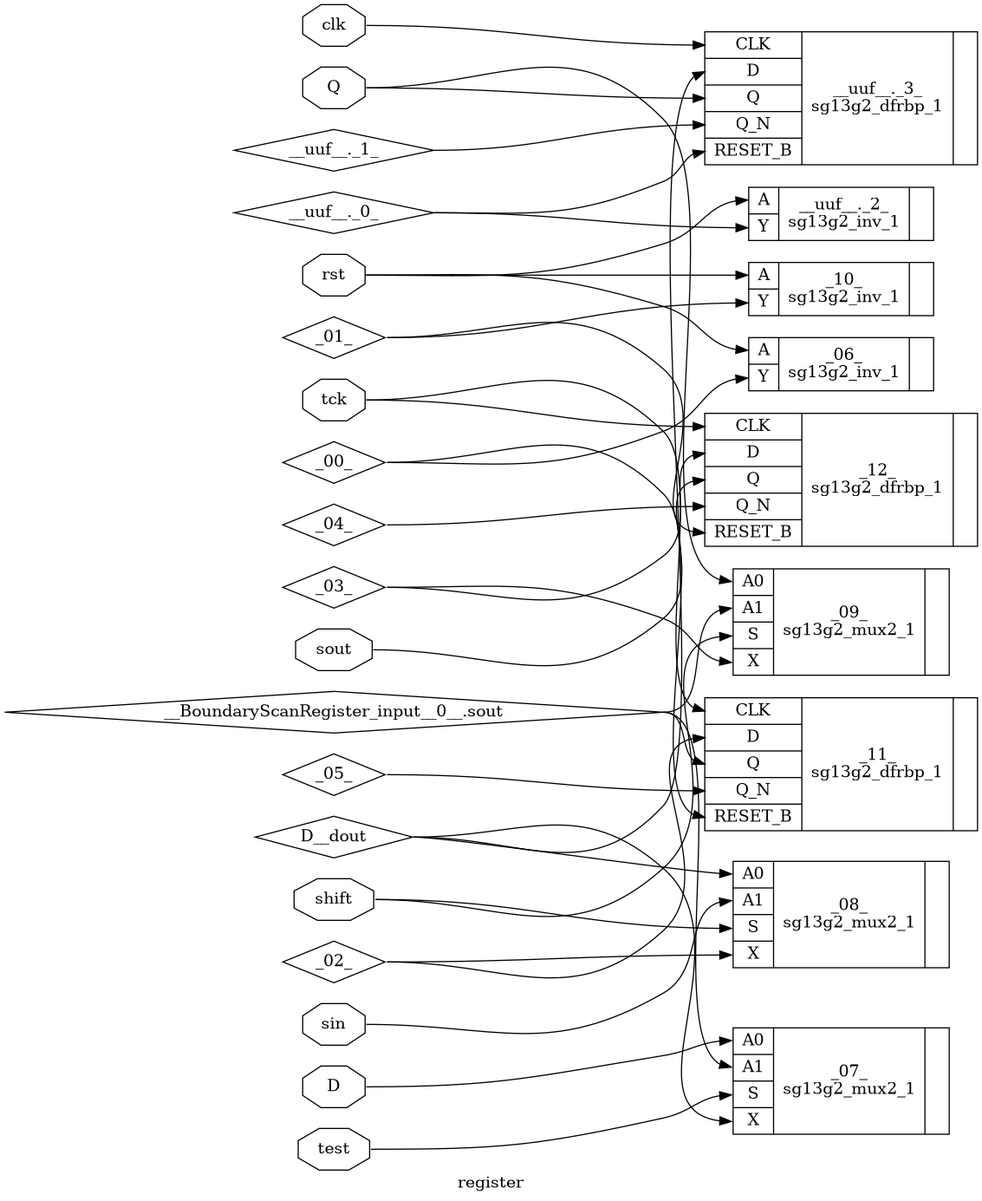
FilippoCarlone11/proveSintesi keeps this Graphviz diagram as fault/130nm/register/img/register_sc.png. Above is the earlier version. Its source is kept beside it as fault/130nm/register/img/register_sc.dot. The source it was exported from:
```dot
digraph "register" {
label="register";
rankdir="LR";
remincross=true;
n1 [ shape=diamond, label="__uuf__._1_", color="black", fontcolor="black"];
n2 [ shape=diamond, label="__uuf__._0_", color="black", fontcolor="black"];
n3 [ shape=diamond, label="__BoundaryScanRegister_input__0__.sout", color="black", fontcolor="black"];
n4 [ shape=diamond, label="D__dout", color="black", fontcolor="black"];
n5 [ shape=diamond, label="_05_", color="black", fontcolor="black"];
n6 [ shape=diamond, label="_04_", color="black", fontcolor="black"];
n7 [ shape=diamond, label="_03_", color="black", fontcolor="black"];
n8 [ shape=diamond, label="_02_", color="black", fontcolor="black"];
n9 [ shape=diamond, label="_01_", color="black", fontcolor="black"];
n10 [ shape=diamond, label="_00_", color="black", fontcolor="black"];
n11 [ shape=octagon, label="test", color="black", fontcolor="black"];
n12 [ shape=octagon, label="tck", color="black", fontcolor="black"];
n13 [ shape=octagon, label="sout", color="black", fontcolor="black"];
n14 [ shape=octagon, label="shift", color="black", fontcolor="black"];
n15 [ shape=octagon, label="sin", color="black", fontcolor="black"];
n16 [ shape=octagon, label="Q", color="black", fontcolor="black"];
n17 [ shape=octagon, label="D", color="black", fontcolor="black"];
n18 [ shape=octagon, label="rst", color="black", fontcolor="black"];
n19 [ shape=octagon, label="clk", color="black", fontcolor="black"];
c23 [ shape=record, label="{{<p20> CLK|<p17> D|<p16> Q|<p21> Q_N|<p22> RESET_B}|__uuf__._3_\nsg13g2_dfrbp_1|{}}",  ];
c26 [ shape=record, label="{{<p24> A|<p25> Y}|__uuf__._2_\nsg13g2_inv_1|{}}",  ];
c27 [ shape=record, label="{{<p20> CLK|<p17> D|<p16> Q|<p21> Q_N|<p22> RESET_B}|_12_\nsg13g2_dfrbp_1|{}}",  ];
c28 [ shape=record, label="{{<p20> CLK|<p17> D|<p16> Q|<p21> Q_N|<p22> RESET_B}|_11_\nsg13g2_dfrbp_1|{}}",  ];
c29 [ shape=record, label="{{<p24> A|<p25> Y}|_10_\nsg13g2_inv_1|{}}",  ];
c34 [ shape=record, label="{{<p30> A0|<p31> A1|<p32> S|<p33> X}|_09_\nsg13g2_mux2_1|{}}",  ];
c35 [ shape=record, label="{{<p30> A0|<p31> A1|<p32> S|<p33> X}|_08_\nsg13g2_mux2_1|{}}",  ];
c36 [ shape=record, label="{{<p30> A0|<p31> A1|<p32> S|<p33> X}|_07_\nsg13g2_mux2_1|{}}",  ];
c37 [ shape=record, label="{{<p24> A|<p25> Y}|_06_\nsg13g2_inv_1|{}}",  ];
n1:e -> c23:p21:w [color="black", fontcolor="black", label=""];
n10:e -> c28:p22:w [color="black", fontcolor="black", label=""];
n10:e -> c37:p25:w [color="black", fontcolor="black", label=""];
n11:e -> c36:p32:w [color="black", fontcolor="black", label=""];
n12:e -> c27:p20:w [color="black", fontcolor="black", label=""];
n12:e -> c28:p20:w [color="black", fontcolor="black", label=""];
n13:e -> c27:p16:w [color="black", fontcolor="black", label=""];
n14:e -> c34:p32:w [color="black", fontcolor="black", label=""];
n14:e -> c35:p32:w [color="black", fontcolor="black", label=""];
n15:e -> c35:p31:w [color="black", fontcolor="black", label=""];
n16:e -> c23:p16:w [color="black", fontcolor="black", label=""];
n16:e -> c34:p30:w [color="black", fontcolor="black", label=""];
n17:e -> c36:p30:w [color="black", fontcolor="black", label=""];
n18:e -> c26:p24:w [color="black", fontcolor="black", label=""];
n18:e -> c29:p24:w [color="black", fontcolor="black", label=""];
n18:e -> c37:p24:w [color="black", fontcolor="black", label=""];
n19:e -> c23:p20:w [color="black", fontcolor="black", label=""];
n2:e -> c23:p22:w [color="black", fontcolor="black", label=""];
n2:e -> c26:p25:w [color="black", fontcolor="black", label=""];
n3:e -> c28:p16:w [color="black", fontcolor="black", label=""];
n3:e -> c34:p31:w [color="black", fontcolor="black", label=""];
n3:e -> c36:p31:w [color="black", fontcolor="black", label=""];
n4:e -> c23:p17:w [color="black", fontcolor="black", label=""];
n4:e -> c35:p30:w [color="black", fontcolor="black", label=""];
n4:e -> c36:p33:w [color="black", fontcolor="black", label=""];
n5:e -> c28:p21:w [color="black", fontcolor="black", label=""];
n6:e -> c27:p21:w [color="black", fontcolor="black", label=""];
n7:e -> c27:p17:w [color="black", fontcolor="black", label=""];
n7:e -> c34:p33:w [color="black", fontcolor="black", label=""];
n8:e -> c28:p17:w [color="black", fontcolor="black", label=""];
n8:e -> c35:p33:w [color="black", fontcolor="black", label=""];
n9:e -> c27:p22:w [color="black", fontcolor="black", label=""];
n9:e -> c29:p25:w [color="black", fontcolor="black", label=""];
}
```
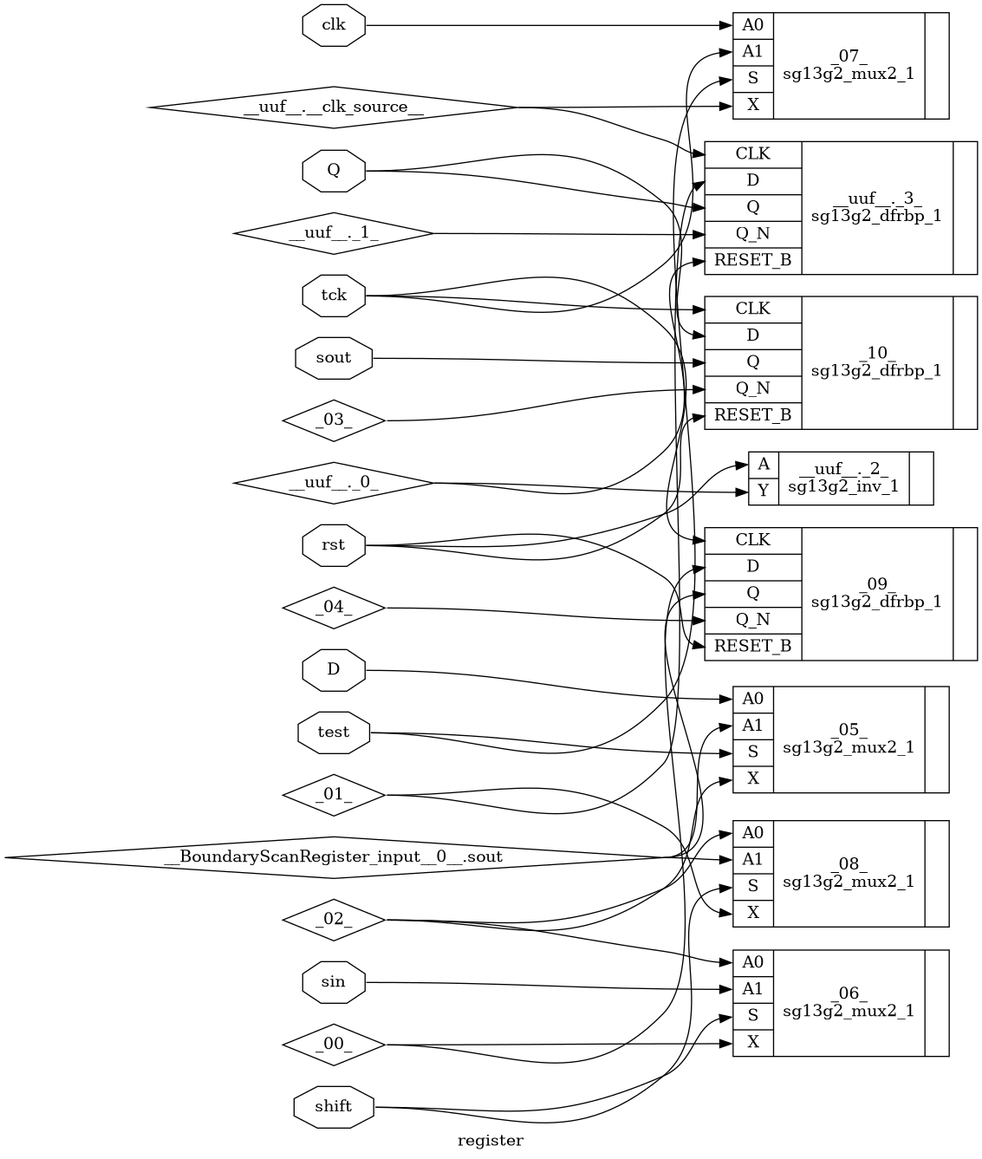
After the change.

Diff of the diagram source:
```diff
@@ -2,65 +2,63 @@
 label="register";
 rankdir="LR";
 remincross=true;
-n1 [ shape=diamond, label="__uuf__._1_", color="black", fontcolor="black"];
-n2 [ shape=diamond, label="__uuf__._0_", color="black", fontcolor="black"];
-n3 [ shape=diamond, label="__BoundaryScanRegister_input__0__.sout", color="black", fontcolor="black"];
-n4 [ shape=diamond, label="D__dout", color="black", fontcolor="black"];
-n5 [ shape=diamond, label="_05_", color="black", fontcolor="black"];
-n6 [ shape=diamond, label="_04_", color="black", fontcolor="black"];
-n7 [ shape=diamond, label="_03_", color="black", fontcolor="black"];
-n8 [ shape=diamond, label="_02_", color="black", fontcolor="black"];
-n9 [ shape=diamond, label="_01_", color="black", fontcolor="black"];
-n10 [ shape=diamond, label="_00_", color="black", fontcolor="black"];
-n11 [ shape=octagon, label="test", color="black", fontcolor="black"];
-n12 [ shape=octagon, label="tck", color="black", fontcolor="black"];
-n13 [ shape=octagon, label="sout", color="black", fontcolor="black"];
-n14 [ shape=octagon, label="shift", color="black", fontcolor="black"];
-n15 [ shape=octagon, label="sin", color="black", fontcolor="black"];
-n16 [ shape=octagon, label="Q", color="black", fontcolor="black"];
-n17 [ shape=octagon, label="D", color="black", fontcolor="black"];
-n18 [ shape=octagon, label="rst", color="black", fontcolor="black"];
-n19 [ shape=octagon, label="clk", color="black", fontcolor="black"];
-c23 [ shape=record, label="{{<p20> CLK|<p17> D|<p16> Q|<p21> Q_N|<p22> RESET_B}|__uuf__._3_\nsg13g2_dfrbp_1|{}}",  ];
-c26 [ shape=record, label="{{<p24> A|<p25> Y}|__uuf__._2_\nsg13g2_inv_1|{}}",  ];
-c27 [ shape=record, label="{{<p20> CLK|<p17> D|<p16> Q|<p21> Q_N|<p22> RESET_B}|_12_\nsg13g2_dfrbp_1|{}}",  ];
-c28 [ shape=record, label="{{<p20> CLK|<p17> D|<p16> Q|<p21> Q_N|<p22> RESET_B}|_11_\nsg13g2_dfrbp_1|{}}",  ];
-c29 [ shape=record, label="{{<p24> A|<p25> Y}|_10_\nsg13g2_inv_1|{}}",  ];
-c34 [ shape=record, label="{{<p30> A0|<p31> A1|<p32> S|<p33> X}|_09_\nsg13g2_mux2_1|{}}",  ];
-c35 [ shape=record, label="{{<p30> A0|<p31> A1|<p32> S|<p33> X}|_08_\nsg13g2_mux2_1|{}}",  ];
-c36 [ shape=record, label="{{<p30> A0|<p31> A1|<p32> S|<p33> X}|_07_\nsg13g2_mux2_1|{}}",  ];
-c37 [ shape=record, label="{{<p24> A|<p25> Y}|_06_\nsg13g2_inv_1|{}}",  ];
-n1:e -> c23:p21:w [color="black", fontcolor="black", label=""];
-n10:e -> c28:p22:w [color="black", fontcolor="black", label=""];
-n10:e -> c37:p25:w [color="black", fontcolor="black", label=""];
-n11:e -> c36:p32:w [color="black", fontcolor="black", label=""];
-n12:e -> c27:p20:w [color="black", fontcolor="black", label=""];
-n12:e -> c28:p20:w [color="black", fontcolor="black", label=""];
-n13:e -> c27:p16:w [color="black", fontcolor="black", label=""];
-n14:e -> c34:p32:w [color="black", fontcolor="black", label=""];
-n14:e -> c35:p32:w [color="black", fontcolor="black", label=""];
-n15:e -> c35:p31:w [color="black", fontcolor="black", label=""];
-n16:e -> c23:p16:w [color="black", fontcolor="black", label=""];
-n16:e -> c34:p30:w [color="black", fontcolor="black", label=""];
-n17:e -> c36:p30:w [color="black", fontcolor="black", label=""];
-n18:e -> c26:p24:w [color="black", fontcolor="black", label=""];
-n18:e -> c29:p24:w [color="black", fontcolor="black", label=""];
-n18:e -> c37:p24:w [color="black", fontcolor="black", label=""];
-n19:e -> c23:p20:w [color="black", fontcolor="black", label=""];
-n2:e -> c23:p22:w [color="black", fontcolor="black", label=""];
-n2:e -> c26:p25:w [color="black", fontcolor="black", label=""];
-n3:e -> c28:p16:w [color="black", fontcolor="black", label=""];
-n3:e -> c34:p31:w [color="black", fontcolor="black", label=""];
-n3:e -> c36:p31:w [color="black", fontcolor="black", label=""];
-n4:e -> c23:p17:w [color="black", fontcolor="black", label=""];
-n4:e -> c35:p30:w [color="black", fontcolor="black", label=""];
-n4:e -> c36:p33:w [color="black", fontcolor="black", label=""];
-n5:e -> c28:p21:w [color="black", fontcolor="black", label=""];
-n6:e -> c27:p21:w [color="black", fontcolor="black", label=""];
-n7:e -> c27:p17:w [color="black", fontcolor="black", label=""];
-n7:e -> c34:p33:w [color="black", fontcolor="black", label=""];
-n8:e -> c28:p17:w [color="black", fontcolor="black", label=""];
-n8:e -> c35:p33:w [color="black", fontcolor="black", label=""];
-n9:e -> c27:p22:w [color="black", fontcolor="black", label=""];
-n9:e -> c29:p25:w [color="black", fontcolor="black", label=""];
+n1 [ shape=diamond, label="__uuf__.__clk_source__", color="black", fontcolor="black"];
+n2 [ shape=diamond, label="__uuf__._1_", color="black", fontcolor="black"];
+n3 [ shape=diamond, label="__uuf__._0_", color="black", fontcolor="black"];
+n4 [ shape=diamond, label="__BoundaryScanRegister_input__0__.sout", color="black", fontcolor="black"];
+n5 [ shape=diamond, label="_04_", color="black", fontcolor="black"];
+n6 [ shape=diamond, label="_03_", color="black", fontcolor="black"];
+n7 [ shape=diamond, label="_02_", color="black", fontcolor="black"];
+n8 [ shape=diamond, label="_01_", color="black", fontcolor="black"];
+n9 [ shape=diamond, label="_00_", color="black", fontcolor="black"];
+n10 [ shape=octagon, label="test", color="black", fontcolor="black"];
+n11 [ shape=octagon, label="tck", color="black", fontcolor="black"];
+n12 [ shape=octagon, label="sout", color="black", fontcolor="black"];
+n13 [ shape=octagon, label="shift", color="black", fontcolor="black"];
+n14 [ shape=octagon, label="sin", color="black", fontcolor="black"];
+n15 [ shape=octagon, label="Q", color="black", fontcolor="black"];
+n16 [ shape=octagon, label="D", color="black", fontcolor="black"];
+n17 [ shape=octagon, label="rst", color="black", fontcolor="black"];
+n18 [ shape=octagon, label="clk", color="black", fontcolor="black"];
+c22 [ shape=record, label="{{<p19> CLK|<p16> D|<p15> Q|<p20> Q_N|<p21> RESET_B}|__uuf__._3_\nsg13g2_dfrbp_1|{}}",  ];
+c25 [ shape=record, label="{{<p23> A|<p24> Y}|__uuf__._2_\nsg13g2_inv_1|{}}",  ];
+c26 [ shape=record, label="{{<p19> CLK|<p16> D|<p15> Q|<p20> Q_N|<p21> RESET_B}|_10_\nsg13g2_dfrbp_1|{}}",  ];
+c27 [ shape=record, label="{{<p19> CLK|<p16> D|<p15> Q|<p20> Q_N|<p21> RESET_B}|_09_\nsg13g2_dfrbp_1|{}}",  ];
+c32 [ shape=record, label="{{<p28> A0|<p29> A1|<p30> S|<p31> X}|_08_\nsg13g2_mux2_1|{}}",  ];
+c33 [ shape=record, label="{{<p28> A0|<p29> A1|<p30> S|<p31> X}|_07_\nsg13g2_mux2_1|{}}",  ];
+c34 [ shape=record, label="{{<p28> A0|<p29> A1|<p30> S|<p31> X}|_06_\nsg13g2_mux2_1|{}}",  ];
+c35 [ shape=record, label="{{<p28> A0|<p29> A1|<p30> S|<p31> X}|_05_\nsg13g2_mux2_1|{}}",  ];
+n1:e -> c22:p19:w [color="black", fontcolor="black", label=""];
+n1:e -> c33:p31:w [color="black", fontcolor="black", label=""];
+n10:e -> c33:p30:w [color="black", fontcolor="black", label=""];
+n10:e -> c35:p30:w [color="black", fontcolor="black", label=""];
+n11:e -> c26:p19:w [color="black", fontcolor="black", label=""];
+n11:e -> c27:p19:w [color="black", fontcolor="black", label=""];
+n11:e -> c33:p29:w [color="black", fontcolor="black", label=""];
+n12:e -> c26:p15:w [color="black", fontcolor="black", label=""];
+n13:e -> c32:p30:w [color="black", fontcolor="black", label=""];
+n13:e -> c34:p30:w [color="black", fontcolor="black", label=""];
+n14:e -> c34:p29:w [color="black", fontcolor="black", label=""];
+n15:e -> c22:p15:w [color="black", fontcolor="black", label=""];
+n15:e -> c26:p16:w [color="black", fontcolor="black", label=""];
+n16:e -> c35:p28:w [color="black", fontcolor="black", label=""];
+n17:e -> c25:p23:w [color="black", fontcolor="black", label=""];
+n17:e -> c26:p21:w [color="black", fontcolor="black", label=""];
+n17:e -> c27:p21:w [color="black", fontcolor="black", label=""];
+n18:e -> c33:p28:w [color="black", fontcolor="black", label=""];
+n2:e -> c22:p20:w [color="black", fontcolor="black", label=""];
+n3:e -> c22:p21:w [color="black", fontcolor="black", label=""];
+n3:e -> c25:p24:w [color="black", fontcolor="black", label=""];
+n4:e -> c27:p15:w [color="black", fontcolor="black", label=""];
+n4:e -> c32:p29:w [color="black", fontcolor="black", label=""];
+n4:e -> c35:p29:w [color="black", fontcolor="black", label=""];
+n5:e -> c27:p20:w [color="black", fontcolor="black", label=""];
+n6:e -> c26:p20:w [color="black", fontcolor="black", label=""];
+n7:e -> c32:p28:w [color="black", fontcolor="black", label=""];
+n7:e -> c34:p28:w [color="black", fontcolor="black", label=""];
+n7:e -> c35:p31:w [color="black", fontcolor="black", label=""];
+n8:e -> c22:p16:w [color="black", fontcolor="black", label=""];
+n8:e -> c32:p31:w [color="black", fontcolor="black", label=""];
+n9:e -> c27:p16:w [color="black", fontcolor="black", label=""];
+n9:e -> c34:p31:w [color="black", fontcolor="black", label=""];
 }
```
